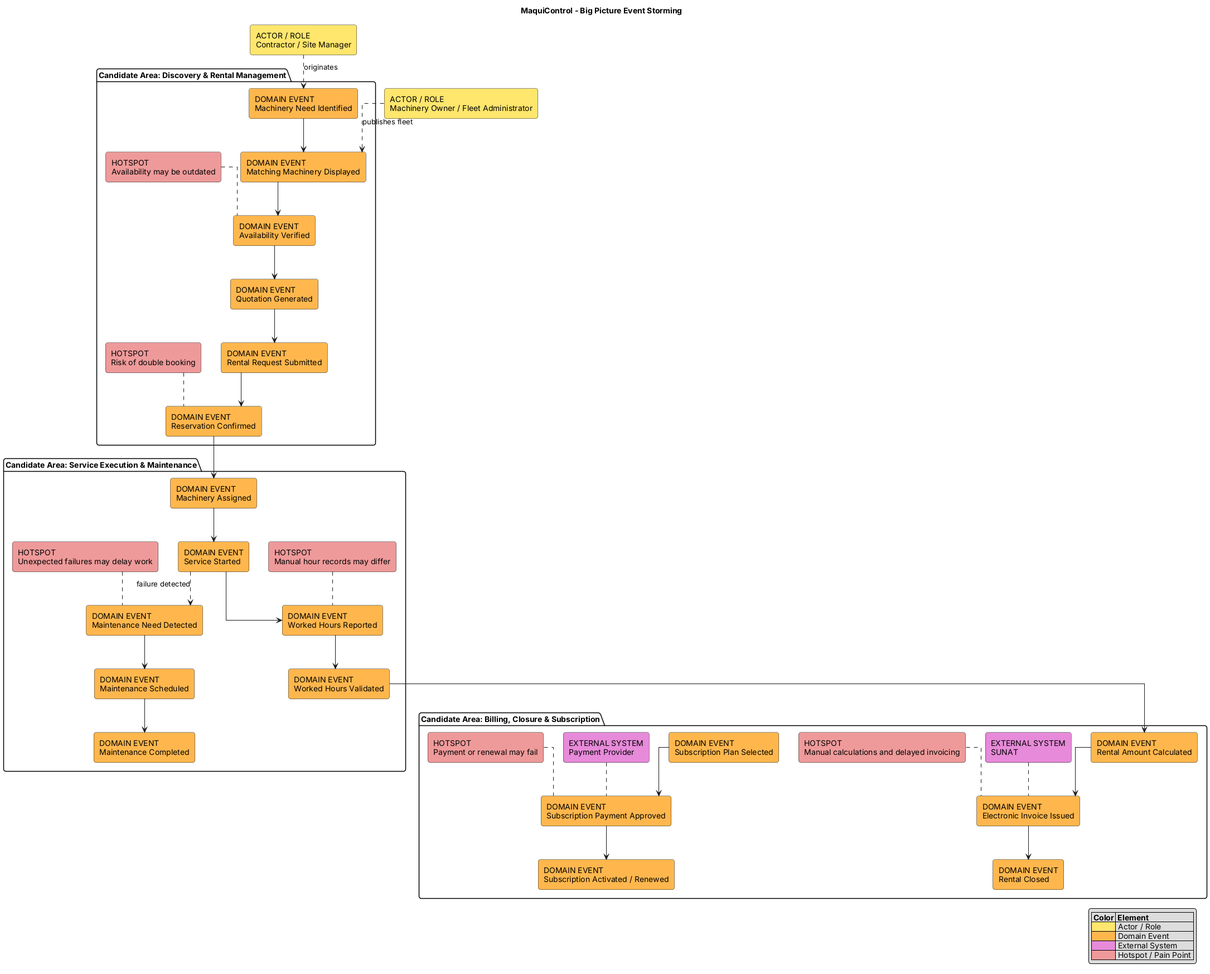
This is assets/big-picture-event-storming.png from upc-pre-202620-1asi0729-7750-heavytech/maquicontrol-report, a PlantUML export, as it was before one commit.
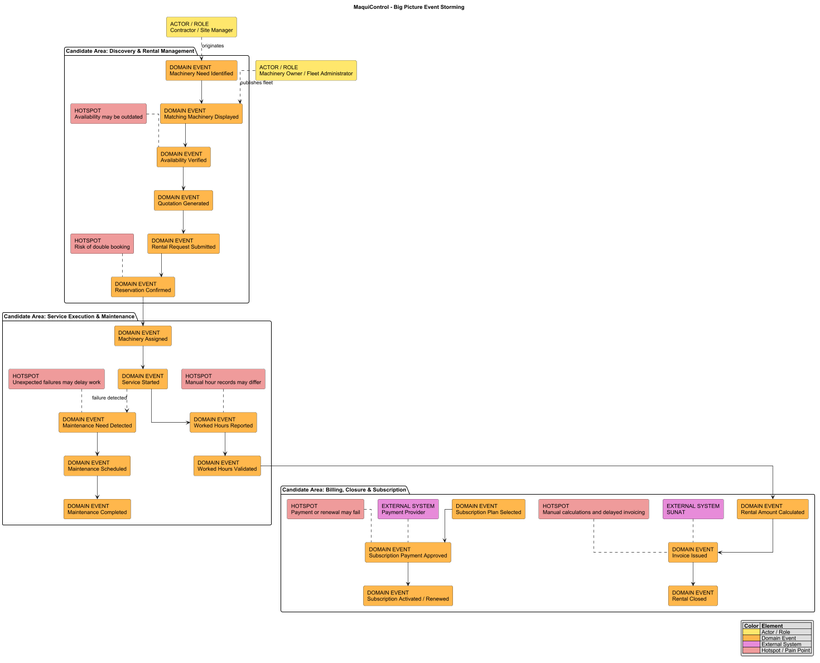
After the commit.

Diff of the diagram source:
```diff
@@ -37,7 +37,7 @@
 
 package "Candidate Area: Billing, Closure & Subscription" {
   rectangle "DOMAIN EVENT\nRental Amount Calculated" as EVT_AMOUNT #FFB74D
-  rectangle "DOMAIN EVENT\nElectronic Invoice Issued" as EVT_INVOICE #FFB74D
+  rectangle "DOMAIN EVENT\nInvoice Issued" as EVT_INVOICE #FFB74D
   rectangle "DOMAIN EVENT\nRental Closed" as EVT_CLOSED #FFB74D
   rectangle "DOMAIN EVENT\nSubscription Plan Selected" as EVT_PLAN #FFB74D
   rectangle "DOMAIN EVENT\nSubscription Payment Approved" as EVT_PAYMENT #FFB74D
```
